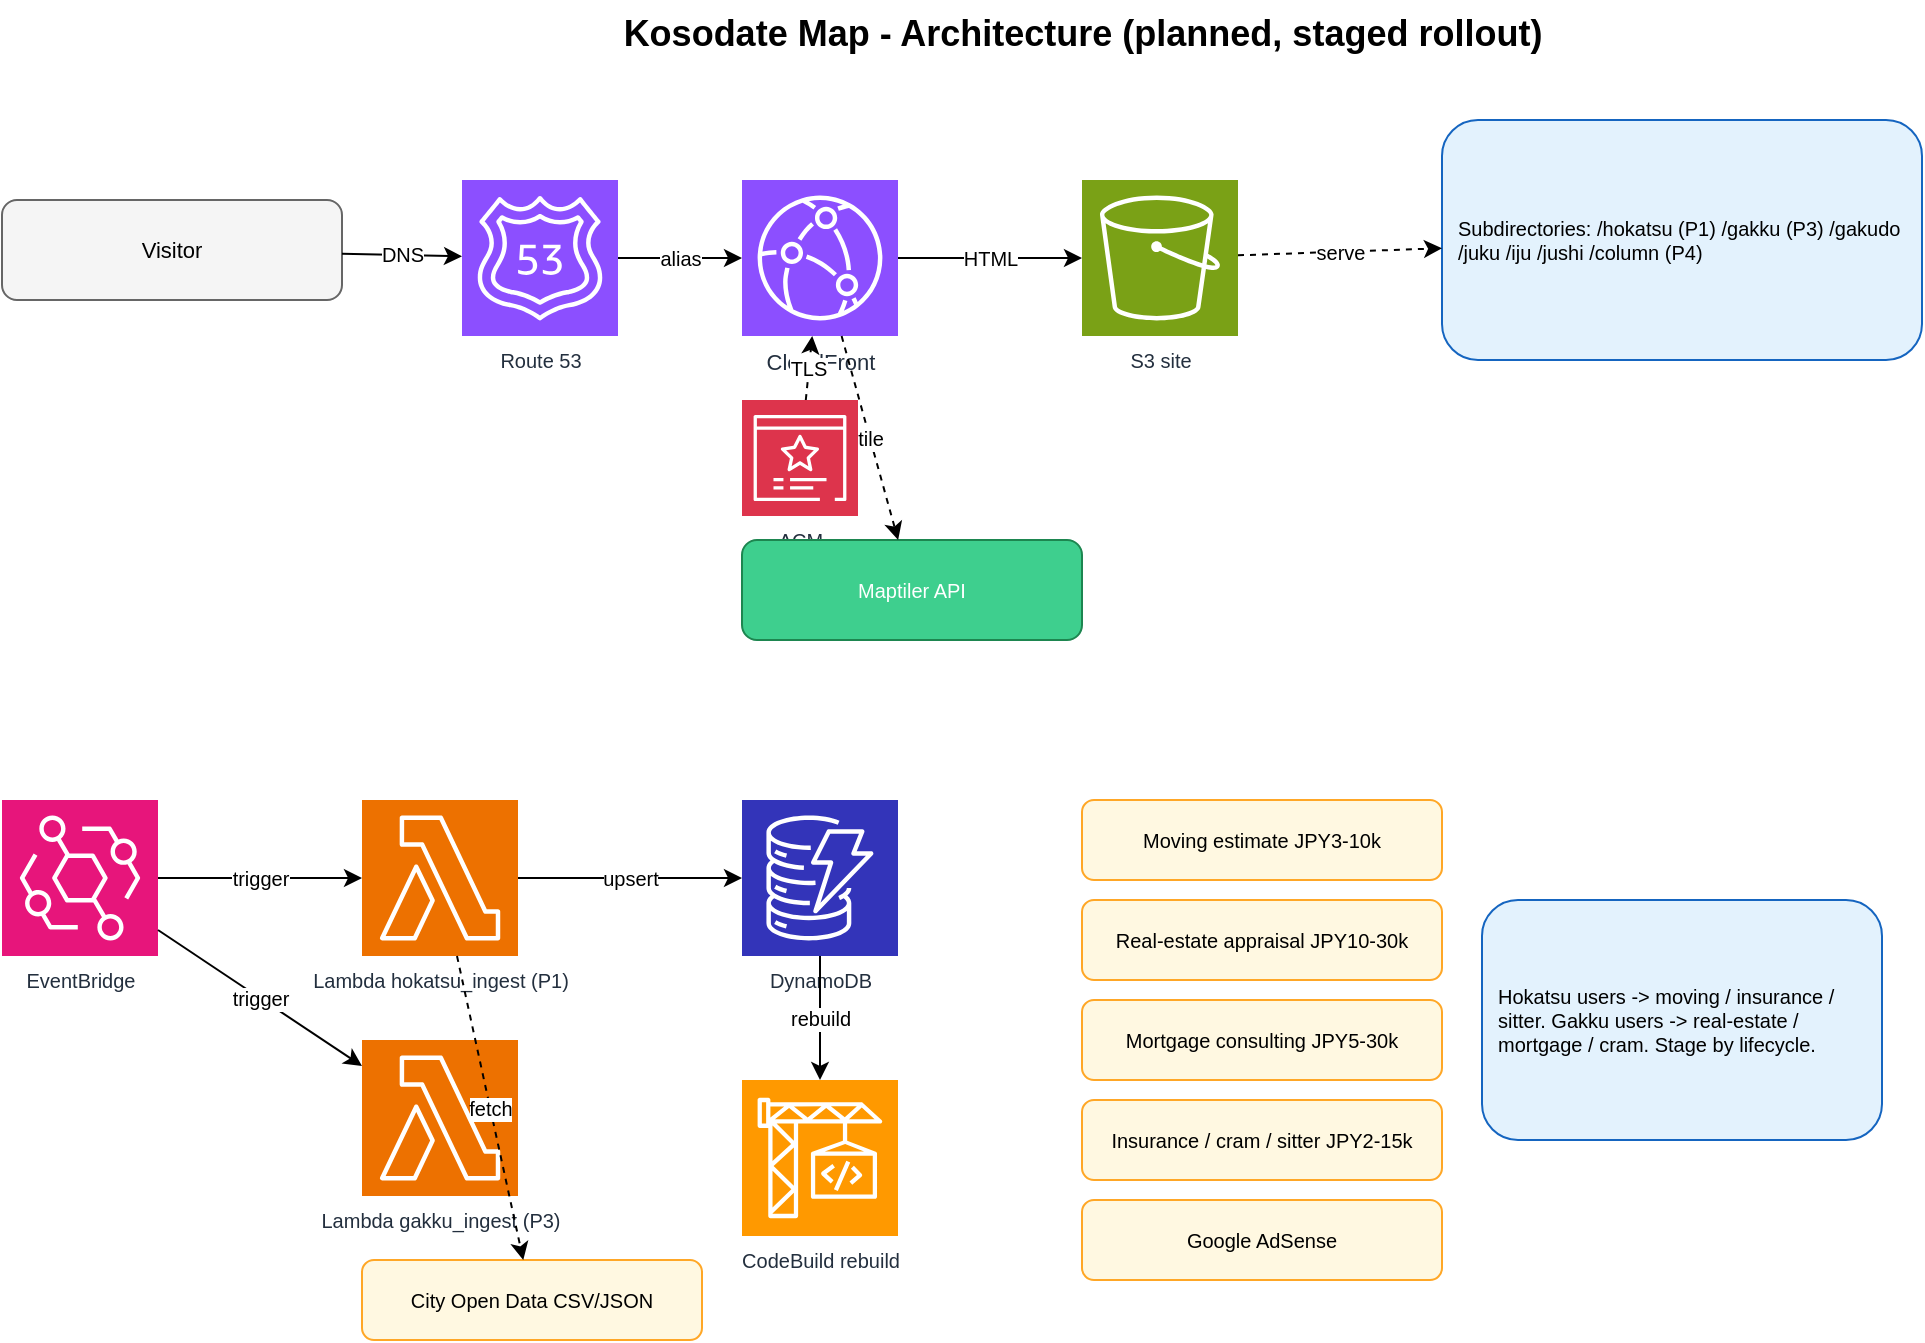
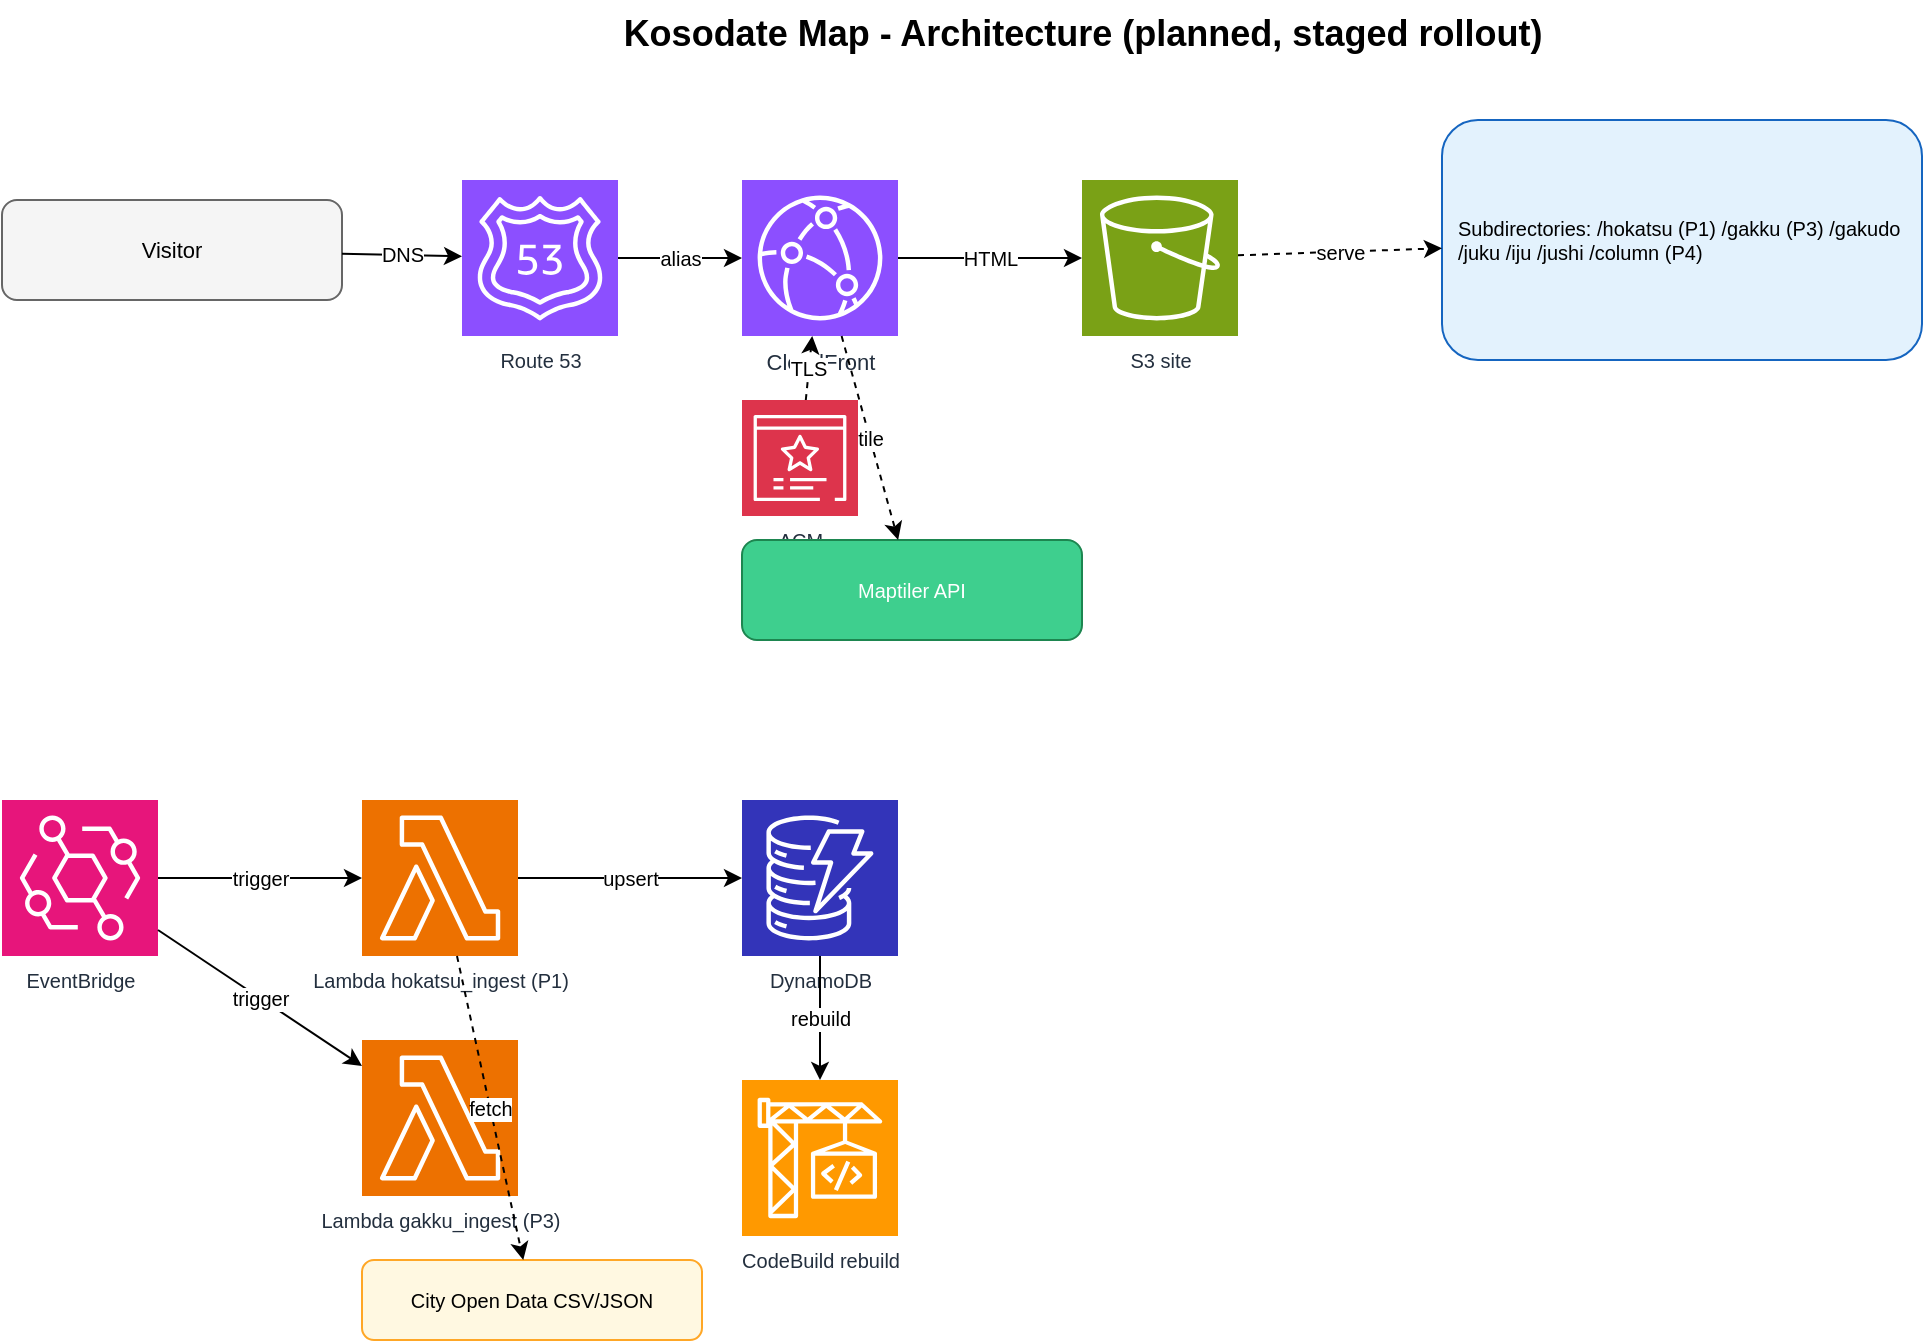
<mxfile host="www.iigtn.com" modified="2026-05-05T17:00:00.000Z" agent="iigtn-platform" version="24.0.0">
  <diagram name="Kosodate Map Architecture" id="koso-arch">
    <mxGraphModel dx="1400" dy="900" grid="1" gridSize="10" guides="1" tooltips="1" connect="1" arrows="1" fold="1" page="1" pageScale="1" pageWidth="1200" pageHeight="780" math="0" shadow="0">
      <root>
        <mxCell id="0" />
        <mxCell id="1" parent="0" />

        <mxCell id="title" value="Kosodate Map - Architecture (planned, staged rollout)" style="text;html=1;align=center;fontSize=18;fontStyle=1;" vertex="1" parent="1">
          <mxGeometry x="220" y="20" width="760" height="30" as="geometry" />
        </mxCell>

        <mxCell id="user" value="Visitor" style="rounded=1;whiteSpace=wrap;html=1;fillColor=#f5f5f5;strokeColor=#666;fontSize=11;" vertex="1" parent="1">
          <mxGeometry x="60" y="120" width="170" height="50" as="geometry" />
        </mxCell>

        <mxCell id="r53" value="Route 53" style="sketch=0;outlineConnect=0;fontColor=#232F3E;fillColor=#8C4FFF;strokeColor=#ffffff;dashed=0;verticalLabelPosition=bottom;verticalAlign=top;align=center;html=1;fontSize=10;aspect=fixed;shape=mxgraph.aws4.resourceIcon;resIcon=mxgraph.aws4.route_53;" vertex="1" parent="1">
          <mxGeometry x="290" y="110" width="78" height="78" as="geometry" />
        </mxCell>

        <mxCell id="acm" value="ACM" style="sketch=0;outlineConnect=0;fontColor=#232F3E;fillColor=#DD344C;strokeColor=#ffffff;dashed=0;verticalLabelPosition=bottom;verticalAlign=top;align=center;html=1;fontSize=10;aspect=fixed;shape=mxgraph.aws4.resourceIcon;resIcon=mxgraph.aws4.certificate_manager_3;" vertex="1" parent="1">
          <mxGeometry x="430" y="220" width="58" height="58" as="geometry" />
        </mxCell>

        <mxCell id="cf" value="CloudFront" style="sketch=0;outlineConnect=0;fontColor=#232F3E;fillColor=#8C4FFF;strokeColor=#ffffff;dashed=0;verticalLabelPosition=bottom;verticalAlign=top;align=center;html=1;fontSize=11;aspect=fixed;shape=mxgraph.aws4.resourceIcon;resIcon=mxgraph.aws4.cloudfront;" vertex="1" parent="1">
          <mxGeometry x="430" y="110" width="78" height="78" as="geometry" />
        </mxCell>

        <mxCell id="s3" value="S3 site" style="sketch=0;outlineConnect=0;fontColor=#232F3E;fillColor=#7AA116;strokeColor=#ffffff;dashed=0;verticalLabelPosition=bottom;verticalAlign=top;align=center;html=1;fontSize=10;aspect=fixed;shape=mxgraph.aws4.resourceIcon;resIcon=mxgraph.aws4.s3;" vertex="1" parent="1">
          <mxGeometry x="600" y="110" width="78" height="78" as="geometry" />
        </mxCell>

        <mxCell id="paths" value="Subdirectories: /hokatsu (P1) /gakku (P3) /gakudo /juku /iju /jushi /column (P4)" style="rounded=1;whiteSpace=wrap;html=1;fillColor=#e3f2fd;strokeColor=#1565c0;fontSize=10;align=left;spacing=8;" vertex="1" parent="1">
          <mxGeometry x="780" y="80" width="240" height="120" as="geometry" />
        </mxCell>

        <mxCell id="maptiler" value="Maptiler API" style="rounded=1;whiteSpace=wrap;html=1;fillColor=#3ECF8E;strokeColor=#1d8650;fontColor=#fff;fontSize=10;" vertex="1" parent="1">
          <mxGeometry x="430" y="290" width="170" height="50" as="geometry" />
        </mxCell>

        <mxCell id="ae1" value="DNS" style="endArrow=classic;html=1;fontSize=10;" edge="1" parent="1" source="user" target="r53">
          <mxGeometry relative="1" as="geometry" />
        </mxCell>
        <mxCell id="ae2" value="alias" style="endArrow=classic;html=1;fontSize=10;" edge="1" parent="1" source="r53" target="cf">
          <mxGeometry relative="1" as="geometry" />
        </mxCell>
        <mxCell id="ae3" value="TLS" style="endArrow=classic;dashed=1;html=1;fontSize=10;" edge="1" parent="1" source="acm" target="cf">
          <mxGeometry relative="1" as="geometry" />
        </mxCell>
        <mxCell id="ae4" value="HTML" style="endArrow=classic;html=1;fontSize=10;" edge="1" parent="1" source="cf" target="s3">
          <mxGeometry relative="1" as="geometry" />
        </mxCell>
        <mxCell id="ae5" value="serve" style="endArrow=classic;dashed=1;html=1;fontSize=10;" edge="1" parent="1" source="s3" target="paths">
          <mxGeometry relative="1" as="geometry" />
        </mxCell>
        <mxCell id="ae6" value="tile" style="endArrow=classic;dashed=1;html=1;fontSize=10;" edge="1" parent="1" source="cf" target="maptiler">
          <mxGeometry relative="1" as="geometry" />
        </mxCell>

        <mxCell id="eb" value="EventBridge" style="sketch=0;outlineConnect=0;fontColor=#232F3E;fillColor=#E7157B;strokeColor=#ffffff;dashed=0;verticalLabelPosition=bottom;verticalAlign=top;align=center;html=1;fontSize=10;aspect=fixed;shape=mxgraph.aws4.resourceIcon;resIcon=mxgraph.aws4.eventbridge;" vertex="1" parent="1">
          <mxGeometry x="60" y="420" width="78" height="78" as="geometry" />
        </mxCell>

        <mxCell id="lambdaIng" value="Lambda hokatsu_ingest (P1)" style="sketch=0;outlineConnect=0;fontColor=#232F3E;fillColor=#ED7100;strokeColor=#ffffff;dashed=0;verticalLabelPosition=bottom;verticalAlign=top;align=center;html=1;fontSize=10;aspect=fixed;shape=mxgraph.aws4.resourceIcon;resIcon=mxgraph.aws4.lambda;" vertex="1" parent="1">
          <mxGeometry x="240" y="420" width="78" height="78" as="geometry" />
        </mxCell>

        <mxCell id="lambdaIng2" value="Lambda gakku_ingest (P3)" style="sketch=0;outlineConnect=0;fontColor=#232F3E;fillColor=#ED7100;strokeColor=#ffffff;dashed=0;verticalLabelPosition=bottom;verticalAlign=top;align=center;html=1;fontSize=10;aspect=fixed;shape=mxgraph.aws4.resourceIcon;resIcon=mxgraph.aws4.lambda;" vertex="1" parent="1">
          <mxGeometry x="240" y="540" width="78" height="78" as="geometry" />
        </mxCell>

        <mxCell id="muni" value="City Open Data CSV/JSON" style="rounded=1;whiteSpace=wrap;html=1;fillColor=#fff8e1;strokeColor=#ffa726;fontSize=10;" vertex="1" parent="1">
          <mxGeometry x="240" y="650" width="170" height="40" as="geometry" />
        </mxCell>

        <mxCell id="ddb" value="DynamoDB" style="sketch=0;outlineConnect=0;fontColor=#232F3E;fillColor=#3334B9;strokeColor=#ffffff;dashed=0;verticalLabelPosition=bottom;verticalAlign=top;align=center;html=1;fontSize=10;aspect=fixed;shape=mxgraph.aws4.resourceIcon;resIcon=mxgraph.aws4.dynamodb;" vertex="1" parent="1">
          <mxGeometry x="430" y="420" width="78" height="78" as="geometry" />
        </mxCell>

        <mxCell id="cb" value="CodeBuild rebuild" style="sketch=0;outlineConnect=0;fontColor=#232F3E;fillColor=#FF9900;strokeColor=#ffffff;dashed=0;verticalLabelPosition=bottom;verticalAlign=top;align=center;html=1;fontSize=10;aspect=fixed;shape=mxgraph.aws4.resourceIcon;resIcon=mxgraph.aws4.codebuild;" vertex="1" parent="1">
          <mxGeometry x="430" y="560" width="78" height="78" as="geometry" />
        </mxCell>

        <mxCell id="be1" value="trigger" style="endArrow=classic;html=1;fontSize=10;" edge="1" parent="1" source="eb" target="lambdaIng">
          <mxGeometry relative="1" as="geometry" />
        </mxCell>
        <mxCell id="be1b" value="trigger" style="endArrow=classic;html=1;fontSize=10;" edge="1" parent="1" source="eb" target="lambdaIng2">
          <mxGeometry relative="1" as="geometry" />
        </mxCell>
        <mxCell id="be2" value="fetch" style="endArrow=classic;dashed=1;html=1;fontSize=10;" edge="1" parent="1" source="lambdaIng" target="muni">
          <mxGeometry relative="1" as="geometry" />
        </mxCell>
        <mxCell id="be3" value="upsert" style="endArrow=classic;html=1;fontSize=10;" edge="1" parent="1" source="lambdaIng" target="ddb">
          <mxGeometry relative="1" as="geometry" />
        </mxCell>
        <mxCell id="be4" value="rebuild" style="endArrow=classic;html=1;fontSize=10;" edge="1" parent="1" source="ddb" target="cb">
          <mxGeometry relative="1" as="geometry" />
        </mxCell>

-         <mxCell id="aff1" value="Moving estimate JPY3-10k" style="rounded=1;whiteSpace=wrap;html=1;fillColor=#fff8e1;strokeColor=#ffa726;fontSize=10;" vertex="1" parent="1">
-           <mxGeometry x="600" y="420" width="180" height="40" as="geometry" />
-         </mxCell>
-         <mxCell id="aff2" value="Real-estate appraisal JPY10-30k" style="rounded=1;whiteSpace=wrap;html=1;fillColor=#fff8e1;strokeColor=#ffa726;fontSize=10;" vertex="1" parent="1">
-           <mxGeometry x="600" y="470" width="180" height="40" as="geometry" />
-         </mxCell>
-         <mxCell id="aff3" value="Mortgage consulting JPY5-30k" style="rounded=1;whiteSpace=wrap;html=1;fillColor=#fff8e1;strokeColor=#ffa726;fontSize=10;" vertex="1" parent="1">
-           <mxGeometry x="600" y="520" width="180" height="40" as="geometry" />
-         </mxCell>
-         <mxCell id="aff4" value="Insurance / cram / sitter JPY2-15k" style="rounded=1;whiteSpace=wrap;html=1;fillColor=#fff8e1;strokeColor=#ffa726;fontSize=10;" vertex="1" parent="1">
-           <mxGeometry x="600" y="570" width="180" height="40" as="geometry" />
-         </mxCell>
-         <mxCell id="adsense" value="Google AdSense" style="rounded=1;whiteSpace=wrap;html=1;fillColor=#fff8e1;strokeColor=#ffa726;fontSize=10;" vertex="1" parent="1">
-           <mxGeometry x="600" y="620" width="180" height="40" as="geometry" />
-         </mxCell>
- 
-         <mxCell id="seg" value="Hokatsu users -&gt; moving / insurance / sitter. Gakku users -&gt; real-estate / mortgage / cram. Stage by lifecycle." style="rounded=1;whiteSpace=wrap;html=1;fillColor=#e3f2fd;strokeColor=#1565c0;fontSize=10;align=left;spacing=8;" vertex="1" parent="1">
-           <mxGeometry x="800" y="470" width="200" height="120" as="geometry" />
-         </mxCell>
- 
      </root>
    </mxGraphModel>
  </diagram>
</mxfile>
